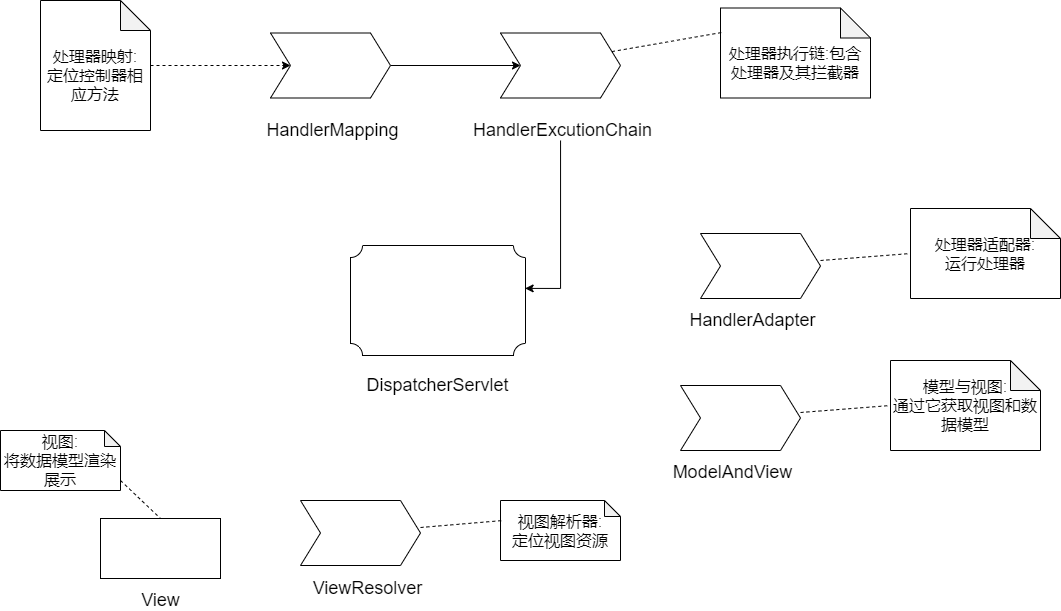
Earlier version of the draw.io export Spring MVC执行流程图.png (wjq1018/20200720DataStructureAndAlgorithms). Source tidied: cells renumbered, new cells last; positions are measured from the earlier drawing's top-left corner, leaving out a move shared by most shapes.
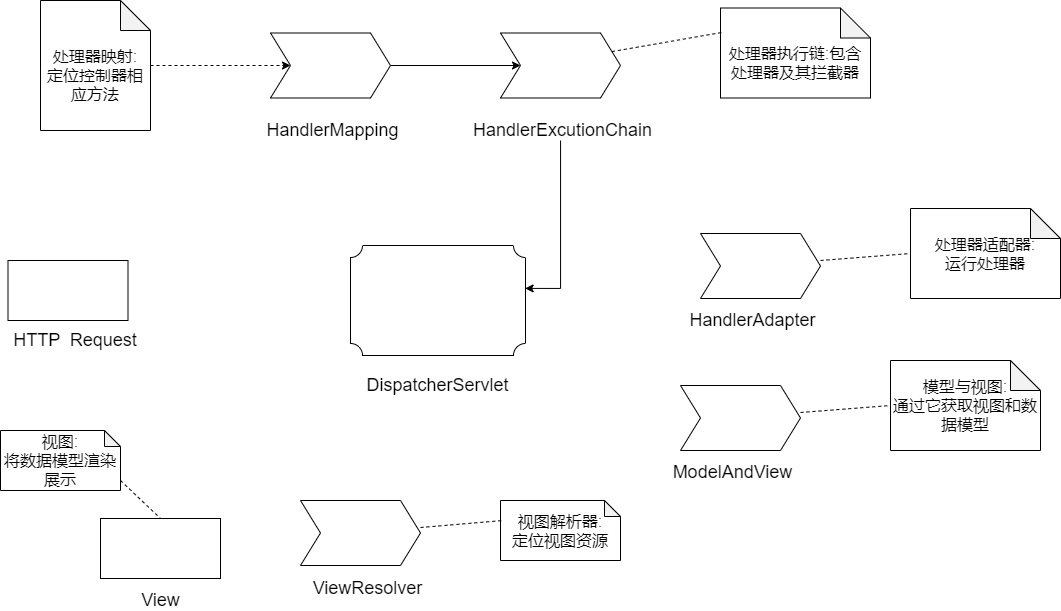
Later version of the same file.

Commit message:
更新Spring MVC执行流程图.png

Diff of the diagram source:
```diff
@@ -99,5 +99,11 @@
         <mxPoint x="120" y="480" as="sourcePoint" />
       </mxGeometry>
     </mxCell>
+    <mxCell id="30" style="rounded=0;whiteSpace=wrap;html=1;" parent="1" vertex="1">
+      <mxGeometry x="7.5" y="260" width="120" height="60" as="geometry" />
+    </mxCell>
+    <mxCell id="31" value="&lt;span style=&quot;font-size: 18px&quot;&gt;HTTP&amp;nbsp; Request&lt;/span&gt;" style="text;html=1;strokeColor=none;fillColor=none;align=center;verticalAlign=middle;whiteSpace=wrap;rounded=0;" parent="1" vertex="1">
+      <mxGeometry y="330" width="150" height="20" as="geometry" />
+    </mxCell>
   </root>
 </mxGraphModel>
```
